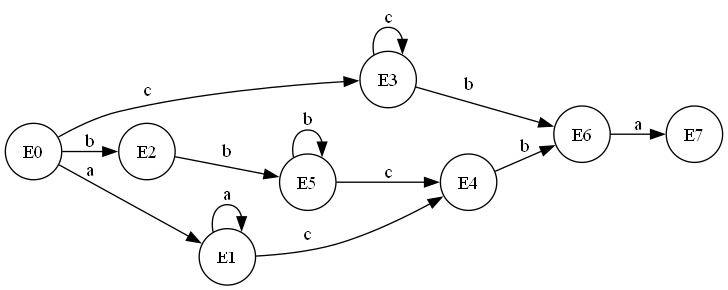
This is Proyecto1/AFD.png from AlvaroCeballos/-LFP-202300673-, a Graphviz export, as it was before one commit. Its source is kept beside it as Proyecto1/AFD.dot.
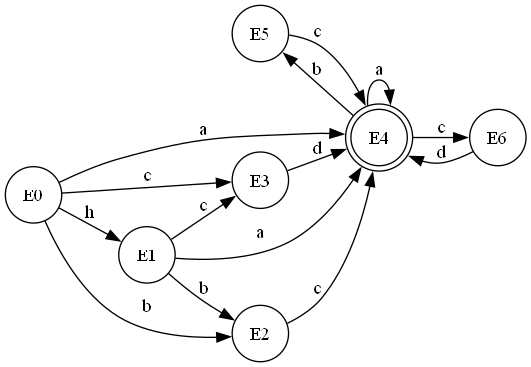
After the change.

What changed in the source:
```diff
@@ -1,34 +1,38 @@
 digraph G {
 rankdir=LR;
 E5->E4[label="c"]
-E5->E5[label="b"]
-E6->E7[label="a"]
+E6->E4[label="d"]
 E0->E3[label="c"]
 E0->E2[label="b"]
-E0->E1[label="a"]
-E1->E4[label="c"]
-E1->E1[label="a"]
-E2->E5[label="b"]
-E3->E3[label="c"]
-E3->E6[label="b"]
-E4->E6[label="b"]
+E0->E4[label="a"]
+E0->E1[label="h"]
+E1->E3[label="c"]
+E1->E2[label="b"]
+E1->E4[label="a"]
+E2->E4[label="c"]
+E3->E4[label="d"]
+E4->E6[label="c"]
+E4->E5[label="b"]
+E4->E4[label="a"]
 E5[shape=circle]
-E4[shape=circle]
-E5[shape=circle]
+E4[shape=doublecircle]
 E6[shape=circle]
-E7[shape=circle]
+E4[shape=doublecircle]
 E0[shape=circle]
 E3[shape=circle]
 E2[shape=circle]
+E4[shape=doublecircle]
 E1[shape=circle]
 E1[shape=circle]
-E4[shape=circle]
-E1[shape=circle]
+E3[shape=circle]
 E2[shape=circle]
+E4[shape=doublecircle]
+E2[shape=circle]
+E4[shape=doublecircle]
+E3[shape=circle]
+E4[shape=doublecircle]
+E4[shape=doublecircle]
+E6[shape=circle]
 E5[shape=circle]
-E3[shape=circle]
-E3[shape=circle]
-E6[shape=circle]
-E4[shape=circle]
-E6[shape=circle]
+E4[shape=doublecircle]
 }
```
